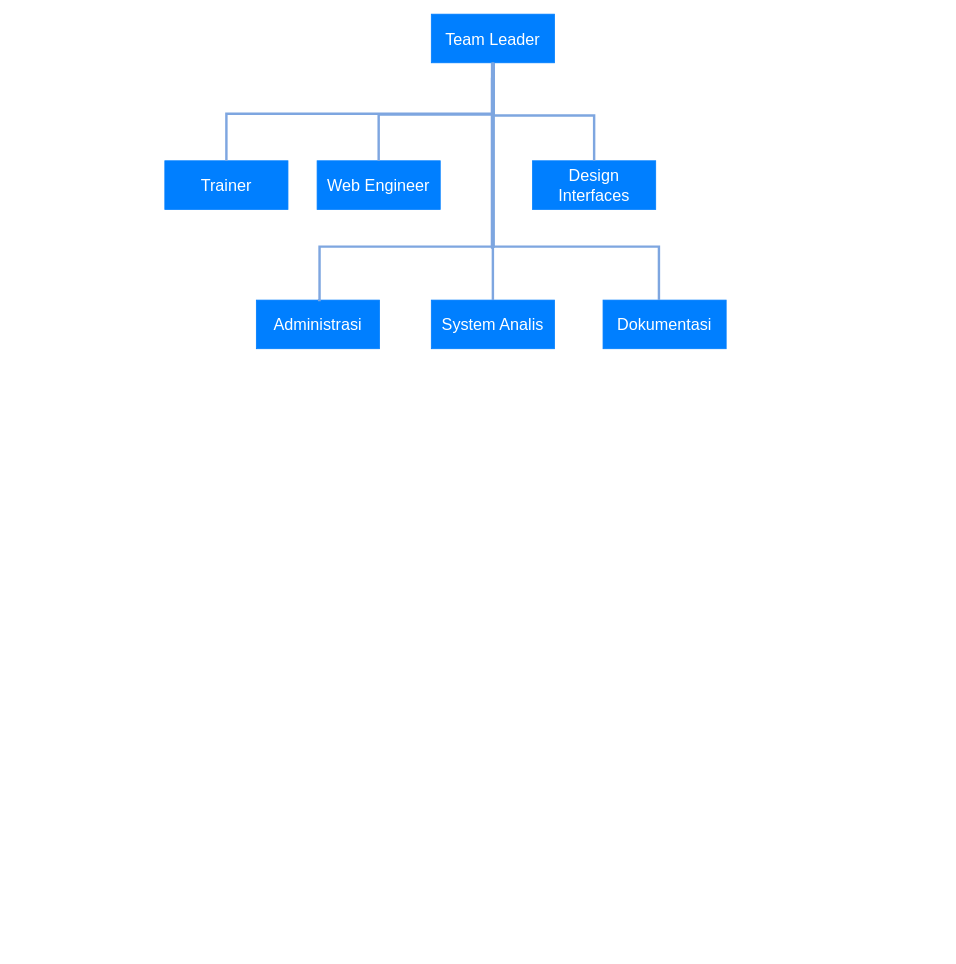
The draw.io diagram Diagram Tanpa Judul.drawio in Kantrawibawa10/Draw-I-O, before the edit. Source tidied: cells renumbered, new cells numbered last; positions are measured from the earlier drawing's top-left corner, leaving out a move shared by most shapes. Both pictures are drawn from the tidied source at 81%, with x=0, y=0 at pixel (164, 14).
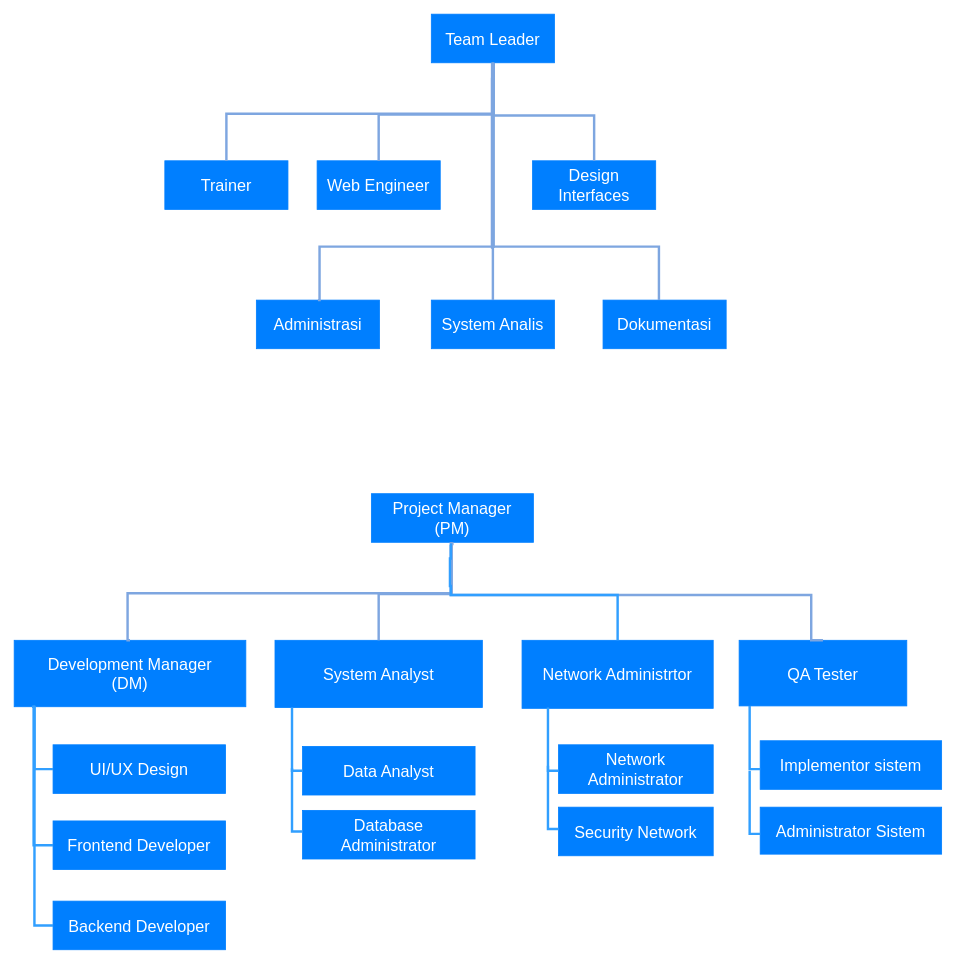
The same diagram, later.

What changed in the source:
```diff
@@
+    <mxCell id="15" value="&lt;font color=&quot;#ffffff&quot; style=&quot;font-size: 20px;&quot;&gt;Project Manager&lt;br&gt;(PM)&lt;br&gt;&lt;/font&gt;" style="rounded=0;whiteSpace=wrap;html=1;fontSize=16;fillColor=#007FFF;strokeColor=#007FFF;" parent="1" vertex="1">
+      <mxGeometry x="255" y="592" width="200" height="60" as="geometry" />
+    </mxCell>
+    <mxCell id="16" value="&lt;font color=&quot;#ffffff&quot; style=&quot;font-size: 20px;&quot;&gt;System Analyst&lt;br&gt;&lt;/font&gt;" style="rounded=0;whiteSpace=wrap;html=1;fontSize=16;strokeColor=#007FFF;fillColor=#007FFF;" parent="1" vertex="1">
+      <mxGeometry x="136" y="773" width="256" height="83" as="geometry" />
+    </mxCell>
+    <mxCell id="17" value="&lt;font style=&quot;font-size: 20px;&quot; color=&quot;#ffffff&quot;&gt;QA Tester&lt;/font&gt;" style="rounded=0;whiteSpace=wrap;html=1;fontSize=16;strokeColor=#007FFF;fillColor=#007FFF;" parent="1" vertex="1">
+      <mxGeometry x="709" y="773" width="207" height="81" as="geometry" />
+    </mxCell>
+    <mxCell id="18" value="&lt;font color=&quot;#ffffff&quot; style=&quot;font-size: 20px;&quot;&gt;Development Manager&lt;br&gt;(DM)&lt;br&gt;&lt;/font&gt;" style="rounded=0;whiteSpace=wrap;html=1;fontSize=16;strokeColor=#007FFF;fillColor=#007FFF;" parent="1" vertex="1">
+      <mxGeometry x="-186" y="773" width="286" height="82" as="geometry" />
+    </mxCell>
+    <mxCell id="19" value="&lt;font color=&quot;#ffffff&quot; style=&quot;font-size: 20px;&quot;&gt;Network Administrtor&lt;/font&gt;" style="rounded=0;whiteSpace=wrap;html=1;fontSize=16;fillColor=#007FFF;strokeColor=#007FFF;" parent="1" vertex="1">
+      <mxGeometry x="441" y="773" width="236" height="84" as="geometry" />
+    </mxCell>
+    <mxCell id="20" style="edgeStyle=segmentEdgeStyle;endArrow=none;html=1;rounded=0;endSize=8;startSize=8;fontSize=12;entryX=0.5;entryY=0;entryDx=0;entryDy=0;endFill=0;strokeColor=#7EA6E0;strokeWidth=3;" parent="1" edge="1" source="15" target="18">
+      <mxGeometry relative="1" as="geometry">
+        <Array as="points">
+          <mxPoint x="354" y="715" />
+          <mxPoint x="-46" y="715" />
+          <mxPoint x="-46" y="773" />
+        </Array>
+      </mxGeometry>
+    </mxCell>
+    <mxCell id="21" style="edgeStyle=segmentEdgeStyle;endArrow=none;html=1;rounded=0;endSize=8;startSize=8;fontSize=12;exitX=0.5;exitY=1;exitDx=0;exitDy=0;entryX=0.5;entryY=0;entryDx=0;entryDy=0;endFill=0;strokeColor=#7EA6E0;strokeWidth=3;" parent="1" edge="1" source="15" target="16">
+      <mxGeometry relative="1" as="geometry">
+        <Array as="points">
+          <mxPoint x="353" y="654" />
+          <mxPoint x="354" y="654" />
+          <mxPoint x="354" y="716" />
+          <mxPoint x="212" y="716" />
+        </Array>
+      </mxGeometry>
+    </mxCell>
+    <mxCell id="22" style="edgeStyle=segmentEdgeStyle;endArrow=none;html=1;rounded=0;endSize=8;startSize=8;fontSize=12;entryX=0.5;entryY=0;entryDx=0;entryDy=0;endFill=0;strokeColor=#7EA6E0;strokeWidth=3;" parent="1" edge="1" source="15" target="17">
+      <mxGeometry relative="1" as="geometry">
+        <Array as="points">
+          <mxPoint x="353" y="717" />
+          <mxPoint x="798" y="717" />
+        </Array>
+      </mxGeometry>
+    </mxCell>
+    <mxCell id="23" style="edgeStyle=segmentEdgeStyle;endArrow=none;html=1;rounded=0;endSize=8;startSize=8;fontSize=12;entryX=0.5;entryY=0;entryDx=0;entryDy=0;endFill=0;strokeColor=#319fff;strokeWidth=3;" parent="1" edge="1" target="19">
+      <mxGeometry relative="1" as="geometry">
+        <mxPoint x="352" y="655" as="sourcePoint" />
+        <Array as="points">
+          <mxPoint x="353" y="655" />
+          <mxPoint x="353" y="672" />
+          <mxPoint x="352" y="672" />
+          <mxPoint x="352" y="706" />
+          <mxPoint x="353" y="706" />
+          <mxPoint x="353" y="717" />
+          <mxPoint x="559" y="717" />
+        </Array>
+      </mxGeometry>
+    </mxCell>
+    <mxCell id="24" value="&lt;font color=&quot;#ffffff&quot;&gt;&lt;span style=&quot;font-size: 20px;&quot;&gt;UI/UX Design&lt;/span&gt;&lt;/font&gt;" style="rounded=0;whiteSpace=wrap;html=1;fontSize=16;strokeColor=#007FFF;fillColor=#007FFF;" parent="1" vertex="1">
+      <mxGeometry x="-138" y="902" width="213" height="60" as="geometry" />
+    </mxCell>
+    <mxCell id="25" value="&lt;font color=&quot;#ffffff&quot;&gt;&lt;span style=&quot;font-size: 20px;&quot;&gt;Frontend Developer&lt;/span&gt;&lt;/font&gt;" style="rounded=0;whiteSpace=wrap;html=1;fontSize=16;strokeColor=#007FFF;fillColor=#007FFF;" parent="1" vertex="1">
+      <mxGeometry x="-138" y="996" width="213" height="60" as="geometry" />
+    </mxCell>
+    <mxCell id="26" value="&lt;font color=&quot;#ffffff&quot;&gt;&lt;span style=&quot;font-size: 20px;&quot;&gt;Backend Developer&lt;/span&gt;&lt;/font&gt;" style="rounded=0;whiteSpace=wrap;html=1;fontSize=16;strokeColor=#007FFF;fillColor=#007FFF;" parent="1" vertex="1">
+      <mxGeometry x="-138" y="1095" width="213" height="60" as="geometry" />
+    </mxCell>
+    <mxCell id="27" style="edgeStyle=elbowEdgeStyle;elbow=horizontal;endArrow=none;html=1;curved=0;rounded=0;endSize=8;startSize=8;fontSize=12;entryX=0;entryY=0.5;entryDx=0;entryDy=0;exitX=0.087;exitY=0.981;exitDx=0;exitDy=0;exitPerimeter=0;strokeColor=#319fff;endFill=0;strokeWidth=3;" parent="1" edge="1" source="18" target="24">
+      <mxGeometry relative="1" as="geometry">
+        <Array as="points">
+          <mxPoint x="-161" y="891" />
+        </Array>
+      </mxGeometry>
+    </mxCell>
+    <mxCell id="28" style="edgeStyle=elbowEdgeStyle;elbow=horizontal;endArrow=none;html=1;curved=0;rounded=0;endSize=8;startSize=8;fontSize=12;exitX=0.077;exitY=1;exitDx=0;exitDy=0;exitPerimeter=0;strokeColor=#319fff;endFill=0;strokeWidth=3;entryX=0;entryY=0.5;entryDx=0;entryDy=0;" parent="1" edge="1" source="18" target="25">
+      <mxGeometry relative="1" as="geometry">
+        <Array as="points">
+          <mxPoint x="-162" y="902" />
+        </Array>
+      </mxGeometry>
+    </mxCell>
+    <mxCell id="29" style="edgeStyle=elbowEdgeStyle;elbow=horizontal;endArrow=none;html=1;curved=0;rounded=0;endSize=8;startSize=8;fontSize=12;exitX=0.088;exitY=0.991;exitDx=0;exitDy=0;exitPerimeter=0;strokeColor=#319fff;endFill=0;strokeWidth=3;entryX=0;entryY=0.5;entryDx=0;entryDy=0;" parent="1" edge="1" source="18" target="26">
+      <mxGeometry relative="1" as="geometry">
+        <Array as="points">
+          <mxPoint x="-161" y="1016" />
+        </Array>
+      </mxGeometry>
+    </mxCell>
+    <mxCell id="30" value="&lt;font color=&quot;#ffffff&quot;&gt;&lt;span style=&quot;font-size: 20px;&quot;&gt;Data Analyst&lt;/span&gt;&lt;/font&gt;" style="rounded=0;whiteSpace=wrap;html=1;fontSize=16;strokeColor=#007FFF;fillColor=#007FFF;" parent="1" vertex="1">
+      <mxGeometry x="170" y="904" width="213" height="60" as="geometry" />
+    </mxCell>
+    <mxCell id="31" style="edgeStyle=elbowEdgeStyle;elbow=horizontal;endArrow=none;html=1;curved=0;rounded=0;endSize=8;startSize=8;fontSize=12;strokeColor=#319fff;endFill=0;strokeWidth=3;entryX=0;entryY=0.5;entryDx=0;entryDy=0;" parent="1" edge="1" source="16" target="30">
+      <mxGeometry relative="1" as="geometry">
+        <Array as="points">
+          <mxPoint x="157" y="897" />
+        </Array>
+      </mxGeometry>
+    </mxCell>
+    <mxCell id="32" value="&lt;font color=&quot;#ffffff&quot;&gt;&lt;span style=&quot;font-size: 20px;&quot;&gt;Database &lt;br&gt;Administrator&lt;/span&gt;&lt;/font&gt;" style="rounded=0;whiteSpace=wrap;html=1;fontSize=16;strokeColor=#007FFF;fillColor=#007FFF;" parent="1" vertex="1">
+      <mxGeometry x="170" y="983" width="213" height="60" as="geometry" />
+    </mxCell>
+    <mxCell id="33" style="edgeStyle=elbowEdgeStyle;elbow=horizontal;endArrow=none;html=1;curved=0;rounded=0;endSize=8;startSize=8;fontSize=12;strokeColor=#319fff;endFill=0;strokeWidth=3;entryX=0;entryY=0.5;entryDx=0;entryDy=0;" parent="1" edge="1">
+      <mxGeometry relative="1" as="geometry">
+        <mxPoint x="157" y="931" as="sourcePoint" />
+        <mxPoint x="170" y="1009" as="targetPoint" />
+        <Array as="points">
+          <mxPoint x="157" y="972" />
+        </Array>
+      </mxGeometry>
+    </mxCell>
+    <mxCell id="34" value="&lt;font color=&quot;#ffffff&quot;&gt;&lt;span style=&quot;font-size: 20px;&quot;&gt;Network Administrator&lt;/span&gt;&lt;/font&gt;" style="rounded=0;whiteSpace=wrap;html=1;fontSize=16;strokeColor=#007FFF;fillColor=#007FFF;" parent="1" vertex="1">
+      <mxGeometry x="486" y="902" width="191" height="60" as="geometry" />
+    </mxCell>
+    <mxCell id="35" value="&lt;font color=&quot;#ffffff&quot;&gt;&lt;span style=&quot;font-size: 20px;&quot;&gt;Security Network&lt;/span&gt;&lt;/font&gt;" style="rounded=0;whiteSpace=wrap;html=1;fontSize=16;strokeColor=#007FFF;fillColor=#007FFF;" parent="1" vertex="1">
+      <mxGeometry x="486" y="979" width="191" height="60" as="geometry" />
+    </mxCell>
+    <mxCell id="36" style="edgeStyle=elbowEdgeStyle;elbow=horizontal;endArrow=none;html=1;curved=0;rounded=0;endSize=8;startSize=8;fontSize=12;strokeColor=#319fff;endFill=0;strokeWidth=3;entryX=0;entryY=0.5;entryDx=0;entryDy=0;" parent="1" edge="1">
+      <mxGeometry relative="1" as="geometry">
+        <mxPoint x="473" y="856" as="sourcePoint" />
+        <mxPoint x="486" y="934" as="targetPoint" />
+        <Array as="points">
+          <mxPoint x="473" y="897" />
+        </Array>
+      </mxGeometry>
+    </mxCell>
+    <mxCell id="37" style="edgeStyle=elbowEdgeStyle;elbow=horizontal;endArrow=none;html=1;curved=0;rounded=0;endSize=8;startSize=8;fontSize=12;strokeColor=#319fff;endFill=0;strokeWidth=3;entryX=0;entryY=0.5;entryDx=0;entryDy=0;" parent="1" edge="1">
+      <mxGeometry relative="1" as="geometry">
+        <mxPoint x="473" y="928" as="sourcePoint" />
+        <mxPoint x="486" y="1006" as="targetPoint" />
+        <Array as="points">
+          <mxPoint x="473" y="969" />
+        </Array>
+      </mxGeometry>
+    </mxCell>
+    <mxCell id="38" value="&lt;font style=&quot;font-size: 20px;&quot; color=&quot;#ffffff&quot;&gt;Implementor sistem&lt;/font&gt;" style="rounded=0;whiteSpace=wrap;html=1;fontSize=16;strokeColor=#007FFF;fillColor=#007FFF;" parent="1" vertex="1">
+      <mxGeometry x="735" y="897" width="224" height="60" as="geometry" />
+    </mxCell>
+    <mxCell id="39" value="&lt;font style=&quot;font-size: 20px;&quot; color=&quot;#ffffff&quot;&gt;Administrator Sistem&lt;/font&gt;" style="rounded=0;whiteSpace=wrap;html=1;fontSize=16;strokeColor=#007FFF;fillColor=#007FFF;" parent="1" vertex="1">
+      <mxGeometry x="735" y="979" width="224" height="58" as="geometry" />
+    </mxCell>
+    <mxCell id="40" style="edgeStyle=elbowEdgeStyle;elbow=horizontal;endArrow=none;html=1;curved=0;rounded=0;endSize=8;startSize=8;fontSize=12;strokeColor=#319fff;endFill=0;strokeWidth=3;entryX=0;entryY=0.5;entryDx=0;entryDy=0;" parent="1" edge="1">
+      <mxGeometry relative="1" as="geometry">
+        <mxPoint x="722" y="854" as="sourcePoint" />
+        <mxPoint x="735" y="932" as="targetPoint" />
+        <Array as="points">
+          <mxPoint x="722" y="895" />
+        </Array>
+      </mxGeometry>
+    </mxCell>
+    <mxCell id="41" style="edgeStyle=elbowEdgeStyle;elbow=horizontal;endArrow=none;html=1;curved=0;rounded=0;endSize=8;startSize=8;fontSize=12;strokeColor=#319fff;endFill=0;strokeWidth=3;entryX=0;entryY=0.5;entryDx=0;entryDy=0;" parent="1" edge="1">
+      <mxGeometry relative="1" as="geometry">
+        <mxPoint x="722" y="934" as="sourcePoint" />
+        <mxPoint x="735" y="1012" as="targetPoint" />
+        <Array as="points">
+          <mxPoint x="722" y="975" />
+        </Array>
+      </mxGeometry>
+    </mxCell>
```
